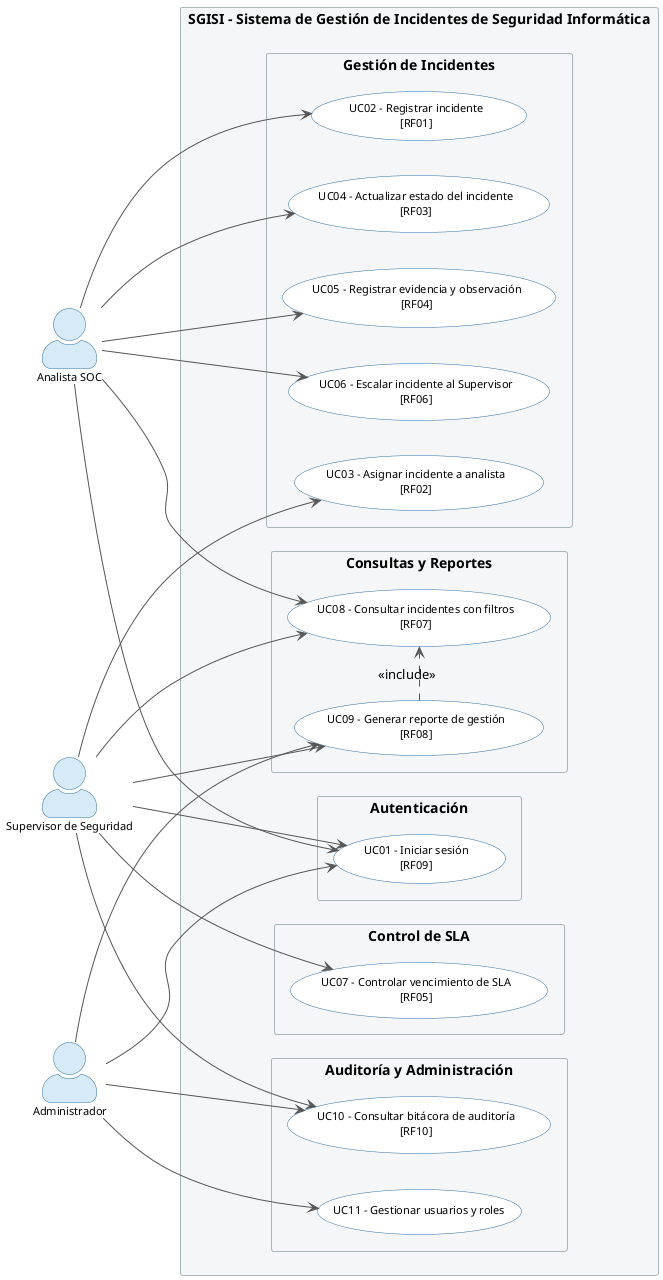
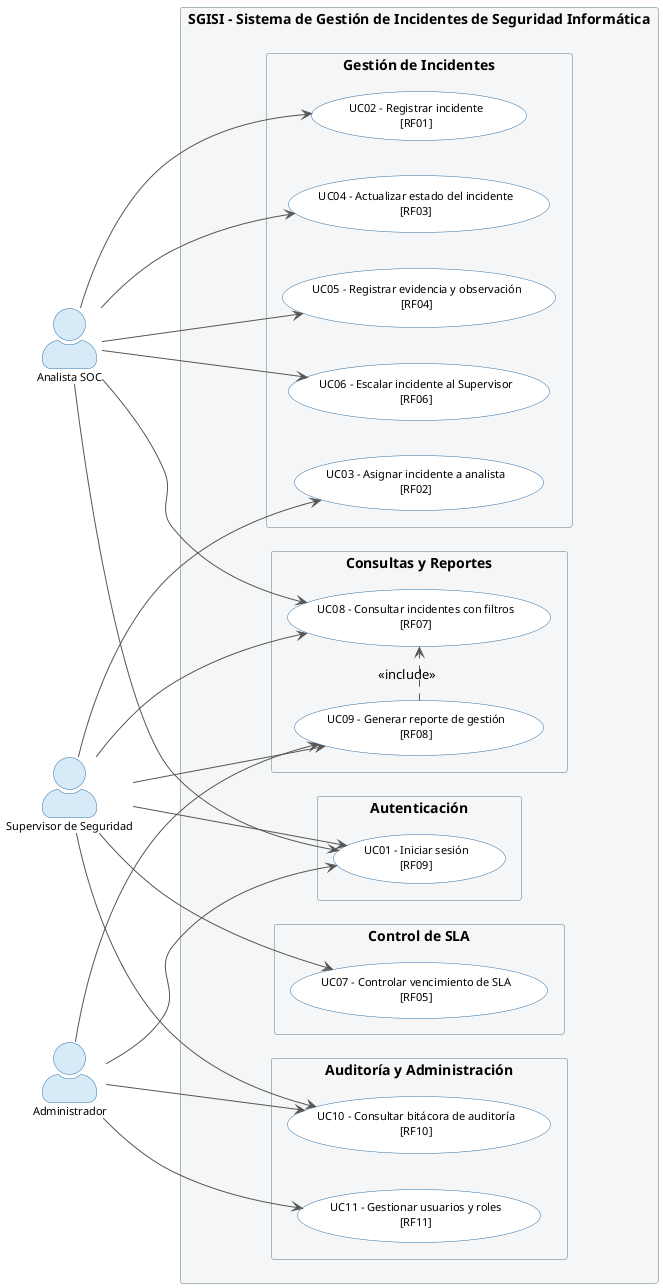
@startuml SGISI - Diagrama de Casos de Uso

left to right direction
skinparam packageStyle rectangle
skinparam actorStyle awesome
skinparam usecase {
  BackgroundColor White
  BorderColor #2C6EA6
  ArrowColor #555555
  FontSize 11
}
skinparam actor {
  BackgroundColor #D6EAF8
  BorderColor #2C6EA6
  FontSize 11
}
skinparam package {
  BackgroundColor #F4F6F7
  BorderColor #AAB7B8
  FontSize 11
  FontStyle bold
}

' ─── Actores ───────────────────────────────────────────────
actor "Analista SOC"             as Analista
actor "Supervisor de Seguridad"  as Supervisor
actor "Administrador"            as Admin

' ─── Sistema ────────────────────────────────────────────────
rectangle "SGISI – Sistema de Gestión de Incidentes de Seguridad Informática" {

  package "Autenticación" {
    usecase "UC01 – Iniciar sesión\n[RF09]" as UC01
  }

  package "Gestión de Incidentes" {
    usecase "UC02 – Registrar incidente\n[RF01]"              as UC02
    usecase "UC03 – Asignar incidente a analista\n[RF02]"     as UC03
    usecase "UC04 – Actualizar estado del incidente\n[RF03]"  as UC04
    usecase "UC05 – Registrar evidencia y observación\n[RF04]" as UC05
    usecase "UC06 – Escalar incidente al Supervisor\n[RF06]"  as UC06
  }

  package "Control de SLA" {
    usecase "UC07 – Controlar vencimiento de SLA\n[RF05]" as UC07
  }

  package "Consultas y Reportes" {
    usecase "UC08 – Consultar incidentes con filtros\n[RF07]" as UC08
    usecase "UC09 – Generar reporte de gestión\n[RF08]"       as UC09
  }

  package "Auditoría y Administración" {
    usecase "UC10 – Consultar bitácora de auditoría\n[RF10]" as UC10
-     usecase "UC11 – Gestionar usuarios y roles"               as UC11
+     usecase "UC11 – Gestionar usuarios y roles\n[RF11]"       as UC11
  }
}

' ─── Analista SOC ───────────────────────────────────────────
Analista --> UC01
Analista --> UC02
Analista --> UC04
Analista --> UC05
Analista --> UC06
Analista --> UC08

' ─── Supervisor de Seguridad ────────────────────────────────
Supervisor --> UC01
Supervisor --> UC03
Supervisor --> UC07
Supervisor --> UC08
Supervisor --> UC09
Supervisor --> UC10

' ─── Administrador ──────────────────────────────────────────
Admin --> UC01
Admin --> UC09
Admin --> UC10
Admin --> UC11

' ─── Relaciones entre casos de uso ──────────────────────────
' include: generar reporte siempre requiere consultar incidentes
UC09 .> UC08 : <<include>>

@enduml
